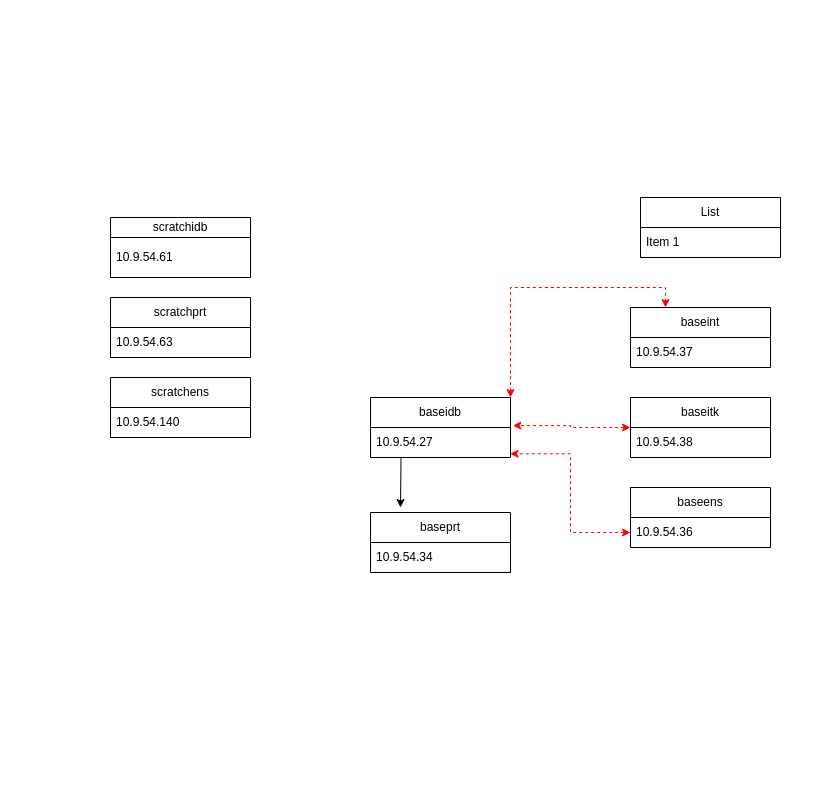
The draw.io diagram page "Scratch/Base/Train" (3 of 4) of trak.drawio in auchmon/auchmon, before the edit. Source tidied: cells renumbered, new cells numbered last; positions are measured from the earlier drawing's top-left corner, leaving out a move shared by most shapes. Both pictures are drawn from the tidied source at 100%, with x=0, y=0 at pixel (110, 197).
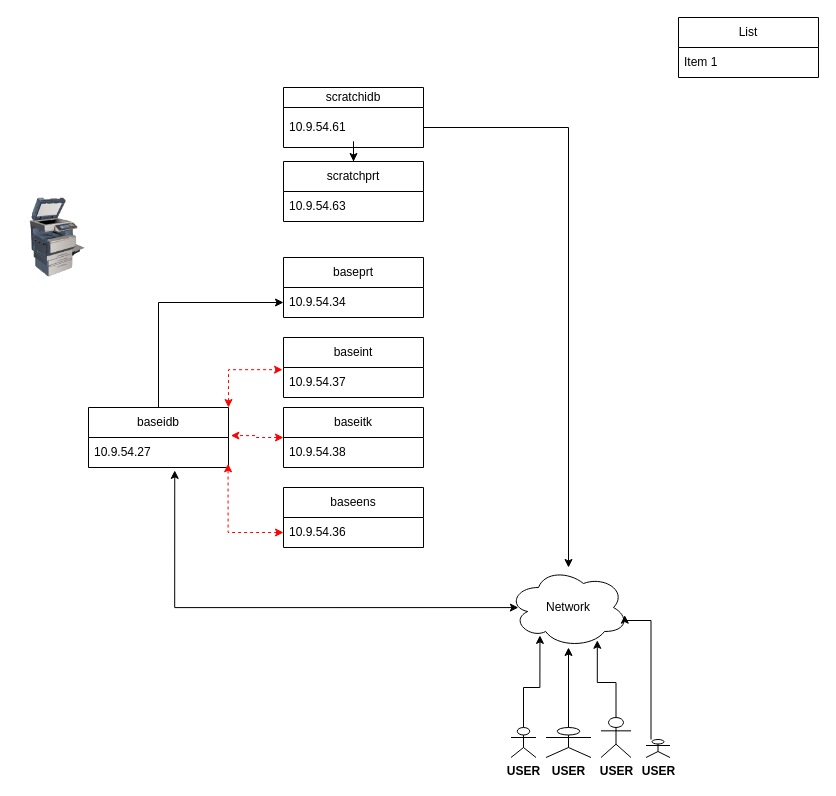
The same diagram, later.

Unchanged cells that the change refers to:
```xml
<mxCell id="3" value="10.9.54.61" style="text;strokeColor=none;fillColor=none;align=left;verticalAlign=middle;spacingLeft=4;spacingRight=4;overflow=hidden;points=[[0,0.5],[1,0.5]];portConstraint=eastwest;whiteSpace=wrap;html=1;" parent="2" vertex="1">
  <mxGeometry y="20" width="140" height="40" as="geometry" />
</mxCell>
<mxCell id="11" value="10.9.54.36" style="text;strokeColor=none;fillColor=none;align=left;verticalAlign=middle;spacingLeft=4;spacingRight=4;overflow=hidden;points=[[0,0.5],[1,0.5]];portConstraint=eastwest;whiteSpace=wrap;html=1;" parent="10" vertex="1">
  <mxGeometry y="30" width="140" height="30" as="geometry" />
</mxCell>
<mxCell id="13" value="10.9.54.34" style="text;strokeColor=none;fillColor=none;align=left;verticalAlign=middle;spacingLeft=4;spacingRight=4;overflow=hidden;points=[[0,0.5],[1,0.5]];portConstraint=eastwest;whiteSpace=wrap;html=1;" parent="12" vertex="1">
  <mxGeometry y="30" width="140" height="30" as="geometry" />
</mxCell>
<mxCell id="15" value="10.9.54.37" style="text;strokeColor=none;fillColor=none;align=left;verticalAlign=middle;spacingLeft=4;spacingRight=4;overflow=hidden;points=[[0,0.5],[1,0.5]];portConstraint=eastwest;whiteSpace=wrap;html=1;" parent="14" vertex="1">
  <mxGeometry y="30" width="140" height="30" as="geometry" />
</mxCell>
<mxCell id="19" value="10.9.54.27" style="text;strokeColor=none;fillColor=none;align=left;verticalAlign=middle;spacingLeft=4;spacingRight=4;overflow=hidden;points=[[0,0.5],[1,0.5]];portConstraint=eastwest;whiteSpace=wrap;html=1;" parent="18" vertex="1">
  <mxGeometry y="30" width="140" height="30" as="geometry" />
</mxCell>
```

Diff of the diagram source:
```diff
@@
+    <mxCell id="24" style="edgeStyle=orthogonalEdgeStyle;rounded=0;jettySize=auto;html=1;entryX=0.5;entryY=0;entryDx=0;entryDy=0;" parent="1" edge="1" source="2" target="6">
+      <mxGeometry relative="1" as="geometry" />
+    </mxCell>
     <mxCell id="2" value="scratchidb" style="swimlane;fontStyle=0;horizontal=1;startSize=20;whiteSpace=wrap;html=1;" parent="1" vertex="1">
-      <mxGeometry y="20" width="140" height="60" as="geometry" />
+      <mxGeometry x="173" y="-110" width="140" height="60" as="geometry" />
     </mxCell>
@@
-    <mxCell id="4" value="scratchens" style="swimlane;fontStyle=0;horizontal=1;startSize=30;whiteSpace=wrap;html=1;" parent="1" vertex="1">
-      <mxGeometry y="180" width="140" height="60" as="geometry" />
-    </mxCell>
-    <mxCell id="5" value="10.9.54.140" style="text;strokeColor=none;fillColor=none;align=left;verticalAlign=middle;spacingLeft=4;spacingRight=4;overflow=hidden;whiteSpace=wrap;html=1;" parent="4" vertex="1">
-      <mxGeometry y="30" width="140" height="30" as="geometry" />
-    </mxCell>
     <mxCell id="6" value="scratchprt" style="swimlane;fontStyle=0;horizontal=1;startSize=30;whiteSpace=wrap;html=1;" parent="1" vertex="1">
-      <mxGeometry y="100" width="140" height="60" as="geometry" />
+      <mxGeometry x="173" y="-36" width="140" height="60" as="geometry" />
     </mxCell>
@@
     <mxCell id="8" value="List" style="swimlane;fontStyle=0;horizontal=1;startSize=30;whiteSpace=wrap;html=1;" parent="1" vertex="1">
-      <mxGeometry x="530" width="140" height="60" as="geometry" />
+      <mxGeometry x="568" y="-180" width="140" height="60" as="geometry" />
     </mxCell>
@@
     <mxCell id="10" value="baseens" style="swimlane;fontStyle=0;horizontal=1;startSize=30;whiteSpace=wrap;html=1;" parent="1" vertex="1">
-      <mxGeometry x="520" y="290" width="140" height="60" as="geometry" />
+      <mxGeometry x="173" y="290" width="140" height="60" as="geometry" />
     </mxCell>
@@
     <mxCell id="12" value="baseprt" style="swimlane;fontStyle=0;horizontal=1;startSize=30;whiteSpace=wrap;html=1;" parent="1" vertex="1">
-      <mxGeometry x="260" y="315" width="140" height="60" as="geometry" />
+      <mxGeometry x="173" y="60" width="140" height="60" as="geometry" />
     </mxCell>
@@
     <mxCell id="14" value="baseint" style="swimlane;fontStyle=0;horizontal=1;startSize=30;whiteSpace=wrap;html=1;" parent="1" vertex="1">
-      <mxGeometry x="520" y="110" width="140" height="60" as="geometry" />
+      <mxGeometry x="173" y="140" width="140" height="60" as="geometry" />
     </mxCell>
@@
-    <mxCell id="16" style="edgeStyle=orthogonalEdgeStyle;rounded=0;jettySize=auto;html=1;exitX=0.218;exitY=0.997;exitDx=0;exitDy=0;exitPerimeter=0;" parent="1" edge="1" source="19">
-      <mxGeometry relative="1" as="geometry">
-        <mxPoint x="290" y="310" as="targetPoint" />
-      </mxGeometry>
-    </mxCell>
-    <mxCell id="17" style="edgeStyle=orthogonalEdgeStyle;rounded=0;jettySize=auto;html=1;entryX=0.25;entryY=0;entryDx=0;entryDy=0;exitX=1;exitY=0;exitDx=0;exitDy=0;dashed=1;strokeColor=#FF0000;startArrow=classic;startFill=1;" parent="1" edge="1" source="18" target="14">
+    <mxCell id="17" style="edgeStyle=orthogonalEdgeStyle;rounded=0;jettySize=auto;html=1;entryX=-0.007;entryY=0.072;entryDx=0;entryDy=0;exitX=1;exitY=0;exitDx=0;exitDy=0;dashed=1;strokeColor=#FF0000;startArrow=classic;startFill=1;entryPerimeter=0;" parent="1" edge="1" source="18" target="15">
       <mxGeometry relative="1" as="geometry" />
     </mxCell>
+    <mxCell id="25" style="edgeStyle=orthogonalEdgeStyle;rounded=0;jettySize=auto;html=1;" parent="1" edge="1" source="18" target="13">
+      <mxGeometry relative="1" as="geometry" />
+    </mxCell>
     <mxCell id="18" value="baseidb" style="swimlane;fontStyle=0;horizontal=1;startSize=30;whiteSpace=wrap;html=1;" parent="1" vertex="1">
-      <mxGeometry x="260" y="200" width="140" height="60" as="geometry" />
+      <mxGeometry x="-22" y="210" width="140" height="60" as="geometry" />
     </mxCell>
@@
     <mxCell id="21" value="baseitk" style="swimlane;fontStyle=0;horizontal=1;startSize=30;whiteSpace=wrap;html=1;" parent="1" vertex="1">
-      <mxGeometry x="520" y="200" width="140" height="60" as="geometry" />
+      <mxGeometry x="173" y="210" width="140" height="60" as="geometry" />
     </mxCell>
@@
     <mxCell id="23" style="edgeStyle=orthogonalEdgeStyle;rounded=0;jettySize=auto;html=1;entryX=0.997;entryY=0.876;entryDx=0;entryDy=0;entryPerimeter=0;startArrow=classic;startFill=1;strokeColor=#FF0000;dashed=1;" parent="1" edge="1" source="11" target="19">
-      <mxGeometry relative="1" as="geometry" />
+      <mxGeometry relative="1" as="geometry">
+        <Array as="points">
+          <mxPoint x="118" y="335" />
+        </Array>
+      </mxGeometry>
     </mxCell>
+    <mxCell id="26" style="edgeStyle=orthogonalEdgeStyle;rounded=0;jettySize=auto;html=1;entryX=0.616;entryY=1.098;entryDx=0;entryDy=0;entryPerimeter=0;exitX=0.082;exitY=0.501;exitDx=0;exitDy=0;exitPerimeter=0;startArrow=classic;startFill=1;" parent="1" edge="1" source="30" target="19">
+      <mxGeometry relative="1" as="geometry">
+        <Array as="points">
+          <mxPoint x="64" y="410" />
+        </Array>
+      </mxGeometry>
+    </mxCell>
+    <mxCell id="27" style="image;html=1;image=img/lib/clip_art/computers/Printer_Commercial_128x128.png;" parent="1" vertex="1">
+      <mxGeometry x="-93" width="80" height="80" as="geometry" />
+    </mxCell>
+    <mxCell id="28" style="group;" parent="1" vertex="1">
+      <mxGeometry x="398" y="370" width="161.5" height="190" as="geometry" />
+    </mxCell>
+    <mxCell id="29" value="&lt;b&gt;USER&lt;/b&gt;" style="shape=umlActor;verticalLabelPosition=bottom;verticalAlign=top;html=1;outlineConnect=0;" parent="28" vertex="1">
+      <mxGeometry x="37.5" y="160" width="45" height="30" as="geometry" />
+    </mxCell>
+    <mxCell id="30" value="Network" style="ellipse;shape=cloud;whiteSpace=wrap;html=1;" parent="28" vertex="1">
+      <mxGeometry width="120" height="80" as="geometry" />
+    </mxCell>
+    <mxCell id="31" style="edgeStyle=orthogonalEdgeStyle;rounded=0;jettySize=auto;html=1;" parent="28" edge="1" source="29" target="30">
+      <mxGeometry relative="1" as="geometry" />
+    </mxCell>
+    <mxCell id="32" style="edgeStyle=orthogonalEdgeStyle;rounded=0;jettySize=auto;html=1;entryX=0.969;entryY=0.596;entryDx=0;entryDy=0;entryPerimeter=0;" parent="28" edge="1" source="33" target="30">
+      <mxGeometry relative="1" as="geometry">
+        <Array as="points">
+          <mxPoint x="142.5" y="53" />
+        </Array>
+      </mxGeometry>
+    </mxCell>
+    <mxCell id="33" value="&lt;b&gt;USER&lt;/b&gt;" style="shape=umlActor;verticalLabelPosition=bottom;verticalAlign=top;html=1;outlineConnect=0;" parent="28" vertex="1">
+      <mxGeometry x="137.5" y="172" width="24" height="18" as="geometry" />
+    </mxCell>
+    <mxCell id="34" style="edgeStyle=orthogonalEdgeStyle;rounded=0;jettySize=auto;html=1;entryX=0.262;entryY=0.849;entryDx=0;entryDy=0;entryPerimeter=0;" parent="28" edge="1" source="35" target="30">
+      <mxGeometry relative="1" as="geometry" />
+    </mxCell>
+    <mxCell id="35" value="&lt;b&gt;USER&lt;/b&gt;" style="shape=umlActor;verticalLabelPosition=bottom;verticalAlign=top;html=1;outlineConnect=0;" parent="28" vertex="1">
+      <mxGeometry x="2.5" y="160" width="25" height="30" as="geometry" />
+    </mxCell>
+    <mxCell id="36" style="edgeStyle=orthogonalEdgeStyle;rounded=0;jettySize=auto;html=1;entryX=0.74;entryY=0.91;entryDx=0;entryDy=0;entryPerimeter=0;" parent="28" edge="1" source="37" target="30">
+      <mxGeometry relative="1" as="geometry" />
+    </mxCell>
+    <mxCell id="37" value="&lt;b&gt;USER&lt;/b&gt;" style="shape=umlActor;verticalLabelPosition=bottom;verticalAlign=top;html=1;outlineConnect=0;" parent="28" vertex="1">
+      <mxGeometry x="92.5" y="150" width="30" height="40" as="geometry" />
+    </mxCell>
+    <mxCell id="38" style="edgeStyle=orthogonalEdgeStyle;rounded=0;jettySize=auto;html=1;" parent="1" edge="1" source="3" target="30">
+      <mxGeometry relative="1" as="geometry" />
+    </mxCell>
```
